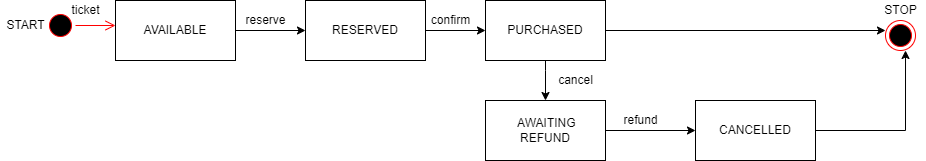
The draw.io diagram DAY-10/QUESTION-3/State Diagram.drawio .png in sneha-2000/ust-prograd-training, before a commit. Source tidied: cells renumbered, new cells last; positions are measured from the earlier drawing's top-left corner, leaving out a move shared by most shapes.
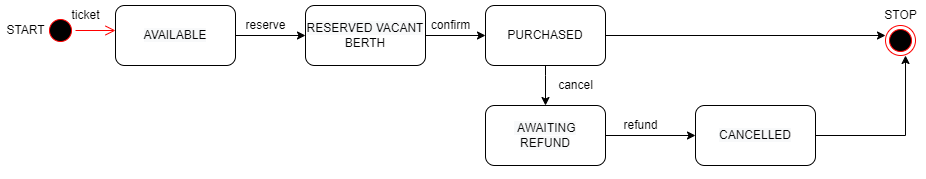
The same file after the commit.

Change to the diagram source:
```diff
@@ -10,64 +10,58 @@
         <mxPoint x="115" y="25" as="targetPoint" />
       </mxGeometry>
     </mxCell>
-    <mxCell id="4" style="edgeStyle=orthogonalEdgeStyle;rounded=0;jettySize=auto;html=1;exitX=1;exitY=0.5;exitDx=0;exitDy=0;" parent="1" edge="1" source="5">
+    <mxCell id="4" style="edgeStyle=orthogonalEdgeStyle;rounded=0;orthogonalLoop=1;jettySize=auto;html=1;exitX=1;exitY=0.5;exitDx=0;exitDy=0;" parent="1" edge="1">
       <mxGeometry relative="1" as="geometry">
+        <mxPoint x="235" y="30" as="sourcePoint" />
         <mxPoint x="305" y="30" as="targetPoint" />
       </mxGeometry>
     </mxCell>
-    <mxCell id="5" value="AVAILABLE" style="rounded=0;whiteSpace=wrap;html=1;" parent="1" vertex="1">
-      <mxGeometry x="115" width="120" height="60" as="geometry" />
-    </mxCell>
     <mxCell id="6" value="ticket" style="text;html=1;align=center;verticalAlign=middle;strokeColor=none;fillColor=none;" parent="1" vertex="1">
       <mxGeometry x="65" width="40" height="20" as="geometry" />
     </mxCell>
-    <mxCell id="7" style="edgeStyle=orthogonalEdgeStyle;rounded=0;jettySize=auto;html=1;exitX=0.5;exitY=1;exitDx=0;exitDy=0;" parent="1" edge="1" source="9" target="15">
+    <mxCell id="7" style="edgeStyle=orthogonalEdgeStyle;rounded=0;orthogonalLoop=1;jettySize=auto;html=1;exitX=0.5;exitY=1;exitDx=0;exitDy=0;" parent="1" edge="1">
       <mxGeometry relative="1" as="geometry">
+        <mxPoint x="545" y="60" as="sourcePoint" />
+        <mxPoint x="545" y="100" as="targetPoint" />
         <Array as="points">
           <mxPoint x="545" y="70" />
           <mxPoint x="545" y="70" />
         </Array>
       </mxGeometry>
     </mxCell>
-    <mxCell id="8" style="edgeStyle=orthogonalEdgeStyle;rounded=0;jettySize=auto;html=1;exitX=1;exitY=0.5;exitDx=0;exitDy=0;" parent="1" edge="1" source="9">
+    <mxCell id="8" style="edgeStyle=orthogonalEdgeStyle;rounded=0;orthogonalLoop=1;jettySize=auto;html=1;exitX=1;exitY=0.5;exitDx=0;exitDy=0;" parent="1" edge="1">
       <mxGeometry relative="1" as="geometry">
+        <mxPoint x="605" y="30" as="sourcePoint" />
         <mxPoint x="885" y="30" as="targetPoint" />
       </mxGeometry>
     </mxCell>
-    <mxCell id="9" value="PURCHASED" style="rounded=0;whiteSpace=wrap;html=1;" parent="1" vertex="1">
-      <mxGeometry x="485" width="120" height="60" as="geometry" />
-    </mxCell>
-    <mxCell id="10" style="edgeStyle=orthogonalEdgeStyle;rounded=0;jettySize=auto;html=1;exitX=1;exitY=0.5;exitDx=0;exitDy=0;" parent="1" edge="1" source="11" target="9">
-      <mxGeometry relative="1" as="geometry" />
+    <mxCell id="10" style="edgeStyle=orthogonalEdgeStyle;rounded=0;orthogonalLoop=1;jettySize=auto;html=1;exitX=1;exitY=0.5;exitDx=0;exitDy=0;" parent="1" edge="1">
+      <mxGeometry relative="1" as="geometry">
+        <mxPoint x="425" y="30" as="sourcePoint" />
+        <mxPoint x="485" y="30" as="targetPoint" />
+      </mxGeometry>
     </mxCell>
-    <mxCell id="11" value="RESERVED" style="rounded=0;whiteSpace=wrap;html=1;" parent="1" vertex="1">
-      <mxGeometry x="305" width="120" height="60" as="geometry" />
-    </mxCell>
     <mxCell id="12" value="reserve" style="text;html=1;align=center;verticalAlign=middle;strokeColor=none;fillColor=none;" parent="1" vertex="1">
       <mxGeometry x="235" y="10" width="60" height="20" as="geometry" />
     </mxCell>
     <mxCell id="13" value="confirm" style="text;html=1;align=center;verticalAlign=middle;strokeColor=none;fillColor=none;" parent="1" vertex="1">
       <mxGeometry x="425" y="10" width="50" height="20" as="geometry" />
     </mxCell>
-    <mxCell id="14" style="edgeStyle=orthogonalEdgeStyle;rounded=0;jettySize=auto;html=1;exitX=1;exitY=0.5;exitDx=0;exitDy=0;" parent="1" edge="1" source="15">
+    <mxCell id="14" style="edgeStyle=orthogonalEdgeStyle;rounded=0;orthogonalLoop=1;jettySize=auto;html=1;exitX=1;exitY=0.5;exitDx=0;exitDy=0;" parent="1" edge="1">
       <mxGeometry relative="1" as="geometry">
+        <mxPoint x="605" y="130" as="sourcePoint" />
         <mxPoint x="695" y="130" as="targetPoint" />
       </mxGeometry>
     </mxCell>
-    <mxCell id="15" value="&amp;nbsp;AWAITING&lt;br&gt;REFUND" style="rounded=0;whiteSpace=wrap;html=1;" parent="1" vertex="1">
-      <mxGeometry x="485" y="100" width="120" height="60" as="geometry" />
-    </mxCell>
     <mxCell id="16" value="cancel" style="text;html=1;align=center;verticalAlign=middle;strokeColor=none;fillColor=none;" parent="1" vertex="1">
       <mxGeometry x="550" y="70" width="50" height="20" as="geometry" />
     </mxCell>
     <mxCell id="17" value="refund" style="text;html=1;align=center;verticalAlign=middle;strokeColor=none;fillColor=none;" parent="1" vertex="1">
       <mxGeometry x="615" y="110" width="50" height="20" as="geometry" />
     </mxCell>
-    <mxCell id="18" value="CANCELLED" style="rounded=0;whiteSpace=wrap;html=1;" parent="1" vertex="1">
-      <mxGeometry x="695" y="100" width="120" height="60" as="geometry" />
-    </mxCell>
-    <mxCell id="19" style="endArrow=none;html=1;rounded=0;exitX=1;exitY=0.5;exitDx=0;exitDy=0;" parent="1" edge="1" source="18">
+    <mxCell id="19" style="endArrow=none;html=1;rounded=0;exitX=1;exitY=0.5;exitDx=0;exitDy=0;" parent="1" edge="1">
       <mxGeometry relative="1" as="geometry">
+        <mxPoint x="815" y="130" as="sourcePoint" />
         <mxPoint x="905" y="130" as="targetPoint" />
       </mxGeometry>
     </mxCell>
@@ -85,5 +79,20 @@
     <mxCell id="23" value="START" style="text;html=1;align=center;verticalAlign=middle;strokeColor=none;fillColor=none;" parent="1" vertex="1">
       <mxGeometry y="15" width="50" height="20" as="geometry" />
     </mxCell>
+    <mxCell id="5" value="&#10;&#10;&lt;span style=&quot;color: rgb(0, 0, 0); font-family: helvetica; font-size: 12px; font-style: normal; font-weight: 400; letter-spacing: normal; text-align: center; text-indent: 0px; text-transform: none; word-spacing: 0px; background-color: rgb(248, 249, 250); display: inline; float: none;&quot;&gt;AVAILABLE&lt;/span&gt;&#10;&#10;" style="rounded=1;whiteSpace=wrap;html=1;" parent="1" vertex="1">
+      <mxGeometry x="115" width="120" height="60" as="geometry" />
+    </mxCell>
+    <mxCell id="24" value="&lt;span style=&quot;color: rgb(0 , 0 , 0) ; font-family: &amp;#34;helvetica&amp;#34; ; font-size: 12px ; font-style: normal ; font-weight: 400 ; letter-spacing: normal ; text-align: center ; text-indent: 0px ; text-transform: none ; word-spacing: 0px ; background-color: rgb(248 , 249 , 250) ; display: inline ; float: none&quot;&gt;RESERVED VACANT&lt;br&gt;&lt;/span&gt;BERTH" style="rounded=1;whiteSpace=wrap;html=1;" parent="1" vertex="1">
+      <mxGeometry x="305" width="120" height="60" as="geometry" />
+    </mxCell>
+    <mxCell id="9" value="&lt;span&gt;PURCHASED&lt;/span&gt;" style="rounded=1;whiteSpace=wrap;html=1;" parent="1" vertex="1">
+      <mxGeometry x="485" width="120" height="60" as="geometry" />
+    </mxCell>
+    <mxCell id="15" value="&#10;&#10;&lt;span style=&quot;color: rgb(0, 0, 0); font-family: helvetica; font-size: 12px; font-style: normal; font-weight: 400; letter-spacing: normal; text-align: center; text-indent: 0px; text-transform: none; word-spacing: 0px; background-color: rgb(248, 249, 250); display: inline; float: none;&quot;&gt;&amp;nbsp;AWAITING&lt;/span&gt;&lt;br style=&quot;color: rgb(0, 0, 0); font-family: helvetica; font-size: 12px; font-style: normal; font-weight: 400; letter-spacing: normal; text-align: center; text-indent: 0px; text-transform: none; word-spacing: 0px; background-color: rgb(248, 249, 250);&quot;&gt;&lt;span style=&quot;color: rgb(0, 0, 0); font-family: helvetica; font-size: 12px; font-style: normal; font-weight: 400; letter-spacing: normal; text-align: center; text-indent: 0px; text-transform: none; word-spacing: 0px; background-color: rgb(248, 249, 250); display: inline; float: none;&quot;&gt;REFUND&lt;/span&gt;&#10;&#10;" style="rounded=1;whiteSpace=wrap;html=1;" parent="1" vertex="1">
+      <mxGeometry x="485" y="100" width="120" height="60" as="geometry" />
+    </mxCell>
+    <mxCell id="18" value="&#10;&#10;&lt;span style=&quot;color: rgb(0, 0, 0); font-family: helvetica; font-size: 12px; font-style: normal; font-weight: 400; letter-spacing: normal; text-align: center; text-indent: 0px; text-transform: none; word-spacing: 0px; background-color: rgb(248, 249, 250); display: inline; float: none;&quot;&gt;CANCELLED&lt;/span&gt;&#10;&#10;" style="rounded=1;whiteSpace=wrap;html=1;" parent="1" vertex="1">
+      <mxGeometry x="695" y="100" width="120" height="60" as="geometry" />
+    </mxCell>
   </root>
 </mxGraphModel>
```
